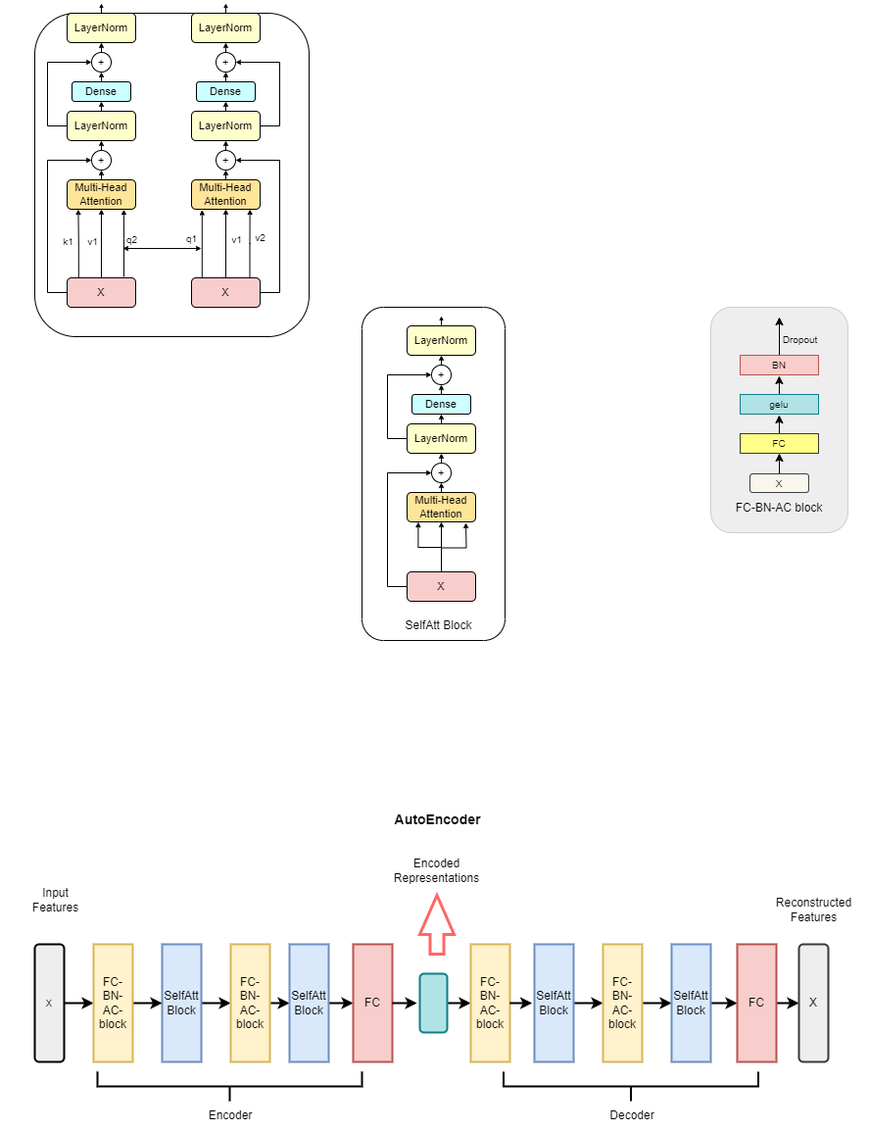
The draw.io diagram 未命名绘图.drawio.png in coderxiacheng/testmail, before a commit. Source tidied: cells renumbered, new cells last; positions are measured from the earlier drawing's top-left corner, leaving out a move shared by most shapes.
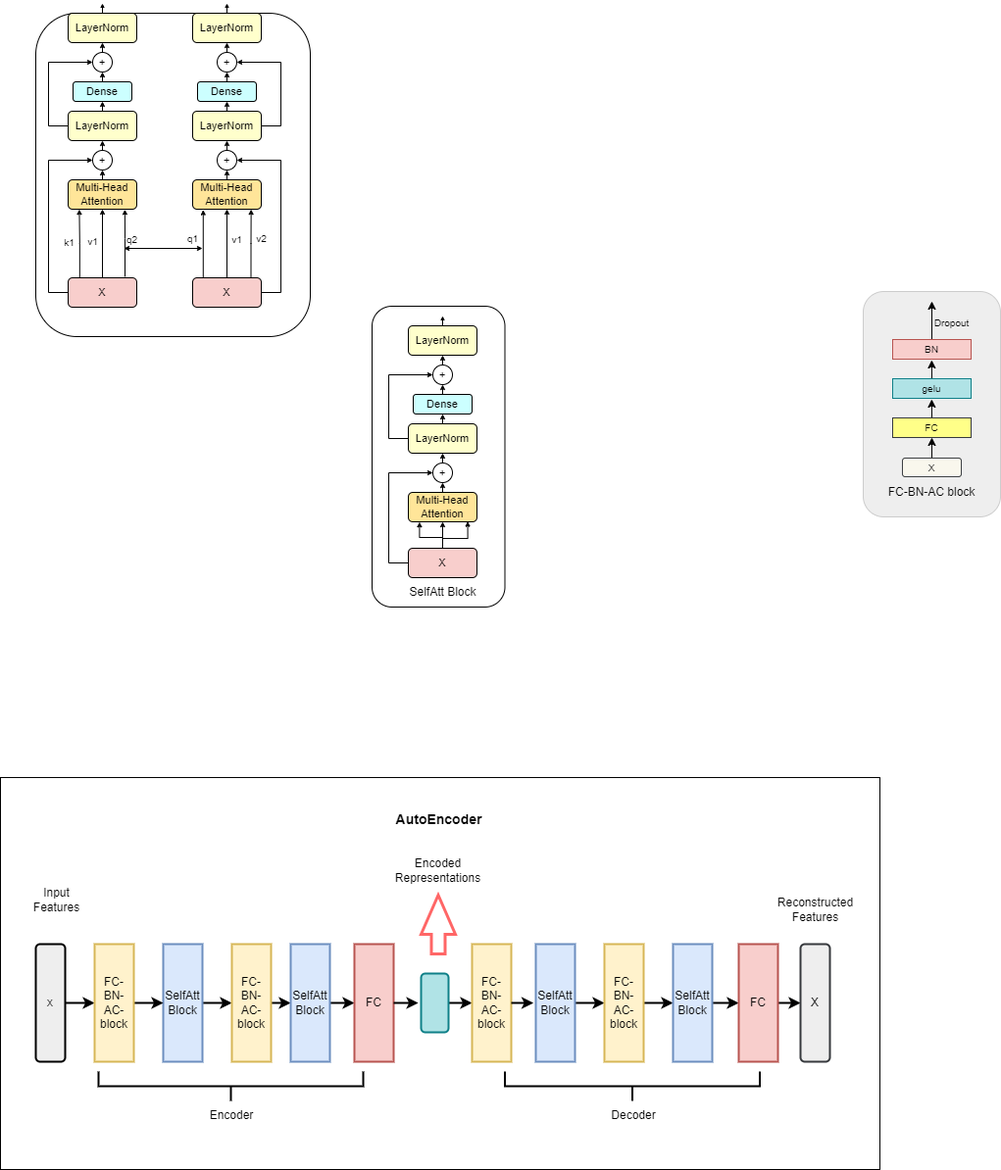
After the change.

Commit message:
更新未命名绘图.drawio.png

What changed in the source:
```diff
@@ -2,11 +2,14 @@
   <root>
     <mxCell id="0" />
     <mxCell id="1" parent="0" />
+    <mxCell id="111" style="rounded=0;whiteSpace=wrap;html=1;" parent="1" vertex="1">
+      <mxGeometry x="-1" y="790" width="897" height="400" as="geometry" />
+    </mxCell>
     <mxCell id="2" style="rounded=1;whiteSpace=wrap;html=1;strokeWidth=1;perimeterSpacing=17;shadow=0;fillStyle=auto;fontSize=10;fillColor=#eeeeee;strokeColor=#CCCCCC;" parent="1" vertex="1">
-      <mxGeometry x="725" y="310" width="140" height="230" as="geometry" />
+      <mxGeometry x="879" y="294" width="140" height="230" as="geometry" />
     </mxCell>
     <mxCell id="3" style="rounded=1;whiteSpace=wrap;html=1;strokeWidth=1;perimeterSpacing=17;shadow=0;fillStyle=auto;" parent="1" vertex="1">
-      <mxGeometry x="369" y="310" width="146" height="340" as="geometry" />
+      <mxGeometry x="378" y="309" width="135.5" height="307" as="geometry" />
     </mxCell>
     <mxCell id="4" style="rounded=1;whiteSpace=wrap;html=1;strokeWidth=1;perimeterSpacing=17;shadow=0;fillStyle=auto;" parent="1" vertex="1">
       <mxGeometry x="35" y="10" width="280" height="330" as="geometry" />
@@ -175,17 +178,21 @@
       <mxGeometry relative="1" as="geometry">
         <mxPoint x="450" y="579" as="sourcePoint" />
         <Array as="points">
-          <mxPoint x="427" y="555" />
+          <mxPoint x="450" y="545" />
+          <mxPoint x="426" y="545" />
         </Array>
       </mxGeometry>
     </mxCell>
-    <mxCell id="51" style="edgeStyle=orthogonalEdgeStyle;rounded=0;jettySize=auto;html=1;exitX=0.5;exitY=0;exitDx=0;exitDy=0;endSize=3;" parent="1" edge="1" source="52">
+    <mxCell id="51" style="edgeStyle=orthogonalEdgeStyle;rounded=0;jettySize=auto;html=1;exitX=0.5;exitY=0;exitDx=0;exitDy=0;endSize=3;entryX=0.865;entryY=0.987;entryDx=0;entryDy=0;entryPerimeter=0;" parent="1" edge="1" source="52" target="56">
       <mxGeometry relative="1" as="geometry">
-        <mxPoint x="475" y="530" as="targetPoint" />
+        <Array as="points">
+          <mxPoint x="450" y="546" />
+          <mxPoint x="476" y="546" />
+        </Array>
       </mxGeometry>
     </mxCell>
     <mxCell id="52" value="X" style="rounded=1;whiteSpace=wrap;html=1;fillColor=#f8cecc;strokeColor=#000000;strokeWidth=1;fontSize=11;" parent="1" vertex="1">
-      <mxGeometry x="415" y="580" width="70" height="30" as="geometry" />
+      <mxGeometry x="415" y="556" width="70" height="30" as="geometry" />
     </mxCell>
     <mxCell id="53" style="edgeStyle=orthogonalEdgeStyle;rounded=0;jettySize=auto;html=1;exitX=0.5;exitY=0;exitDx=0;exitDy=0;entryX=0.5;entryY=1;entryDx=0;entryDy=0;endSize=3;strokeWidth=1;fontSize=11;" parent="1" edge="1" source="54" target="59">
       <mxGeometry relative="1" as="geometry" />
@@ -236,7 +243,7 @@
     </mxCell>
     <mxCell id="68" style="edgeStyle=orthogonalEdgeStyle;rounded=0;jettySize=auto;html=1;exitX=0.5;exitY=0;exitDx=0;exitDy=0;fontSize=10;" parent="1" edge="1" source="70">
       <mxGeometry relative="1" as="geometry">
-        <mxPoint x="795" y="320" as="targetPoint" />
+        <mxPoint x="949" y="304" as="targetPoint" />
       </mxGeometry>
     </mxCell>
     <mxCell id="69" value="Dropout" style="edgeLabel;html=1;align=center;verticalAlign=middle;fontSize=10;labelBackgroundColor=none;" parent="68" vertex="1">
@@ -245,32 +252,32 @@
       </mxGeometry>
     </mxCell>
     <mxCell id="70" value="BN" style="rounded=0;whiteSpace=wrap;html=1;fontSize=10;fillColor=#f8cecc;strokeColor=#b85450;" parent="1" vertex="1">
-      <mxGeometry x="755" y="359" width="80" height="20" as="geometry" />
+      <mxGeometry x="909" y="343" width="80" height="20" as="geometry" />
     </mxCell>
     <mxCell id="71" style="edgeStyle=orthogonalEdgeStyle;rounded=0;jettySize=auto;html=1;exitX=0.5;exitY=0;exitDx=0;exitDy=0;fontSize=10;" parent="1" edge="1" source="72">
       <mxGeometry relative="1" as="geometry">
-        <mxPoint x="794.9" y="380" as="targetPoint" />
+        <mxPoint x="948.9" y="364" as="targetPoint" />
       </mxGeometry>
     </mxCell>
     <mxCell id="72" value="gelu" style="rounded=0;whiteSpace=wrap;html=1;fontSize=10;fillColor=#b0e3e6;strokeColor=#0e8088;" parent="1" vertex="1">
-      <mxGeometry x="755" y="399" width="80" height="20" as="geometry" />
+      <mxGeometry x="909" y="383" width="80" height="20" as="geometry" />
     </mxCell>
     <mxCell id="73" style="edgeStyle=orthogonalEdgeStyle;rounded=0;jettySize=auto;html=1;exitX=0.5;exitY=0;exitDx=0;exitDy=0;fontSize=10;" parent="1" edge="1" source="74">
       <mxGeometry relative="1" as="geometry">
-        <mxPoint x="794.9" y="420" as="targetPoint" />
+        <mxPoint x="948.9" y="404" as="targetPoint" />
       </mxGeometry>
     </mxCell>
     <mxCell id="74" value="FC" style="rounded=0;whiteSpace=wrap;html=1;fontSize=10;fillColor=#ffff88;strokeColor=#36393d;" parent="1" vertex="1">
-      <mxGeometry x="755" y="439" width="80" height="20" as="geometry" />
+      <mxGeometry x="909" y="423" width="80" height="20" as="geometry" />
     </mxCell>
     <mxCell id="75" style="edgeStyle=orthogonalEdgeStyle;rounded=0;jettySize=auto;html=1;exitX=0.5;exitY=0;exitDx=0;exitDy=0;entryX=0.5;entryY=1;entryDx=0;entryDy=0;fontSize=10;" parent="1" edge="1" source="76" target="74">
       <mxGeometry relative="1" as="geometry" />
     </mxCell>
     <mxCell id="76" value="X" style="rounded=1;whiteSpace=wrap;html=1;fontSize=10;fillColor=#f9f7ed;strokeColor=#36393d;" parent="1" vertex="1">
-      <mxGeometry x="765" y="480" width="60" height="19" as="geometry" />
+      <mxGeometry x="919" y="464" width="60" height="19" as="geometry" />
     </mxCell>
     <mxCell id="77" value="FC-BN-AC block" style="text;html=1;align=center;verticalAlign=middle;whiteSpace=wrap;rounded=0;" parent="1" vertex="1">
-      <mxGeometry x="745" y="500" width="100" height="30" as="geometry" />
+      <mxGeometry x="899" y="484" width="100" height="30" as="geometry" />
     </mxCell>
     <mxCell id="78" style="edgeStyle=orthogonalEdgeStyle;rounded=0;jettySize=auto;html=1;exitX=0.5;exitY=0;exitDx=0;exitDy=0;entryX=0.5;entryY=1;entryDx=0;entryDy=0;strokeWidth=2;" parent="1" edge="1" source="79" target="84">
       <mxGeometry relative="1" as="geometry" />
@@ -279,7 +286,7 @@
       <mxGeometry x="165" y="960" width="40" height="120" as="geometry" />
     </mxCell>
     <mxCell id="80" value="SelfAtt Block" style="text;html=1;align=center;verticalAlign=middle;whiteSpace=wrap;rounded=0;" parent="1" vertex="1">
-      <mxGeometry x="400" y="620" width="95" height="30" as="geometry" />
+      <mxGeometry x="402.5" y="586" width="95" height="30" as="geometry" />
     </mxCell>
     <mxCell id="81" style="edgeStyle=orthogonalEdgeStyle;rounded=0;jettySize=auto;html=1;exitX=0.5;exitY=0;exitDx=0;exitDy=0;entryX=0.5;entryY=1;entryDx=0;entryDy=0;strokeWidth=2;" parent="1" edge="1" source="82" target="79">
       <mxGeometry relative="1" as="geometry" />
```
